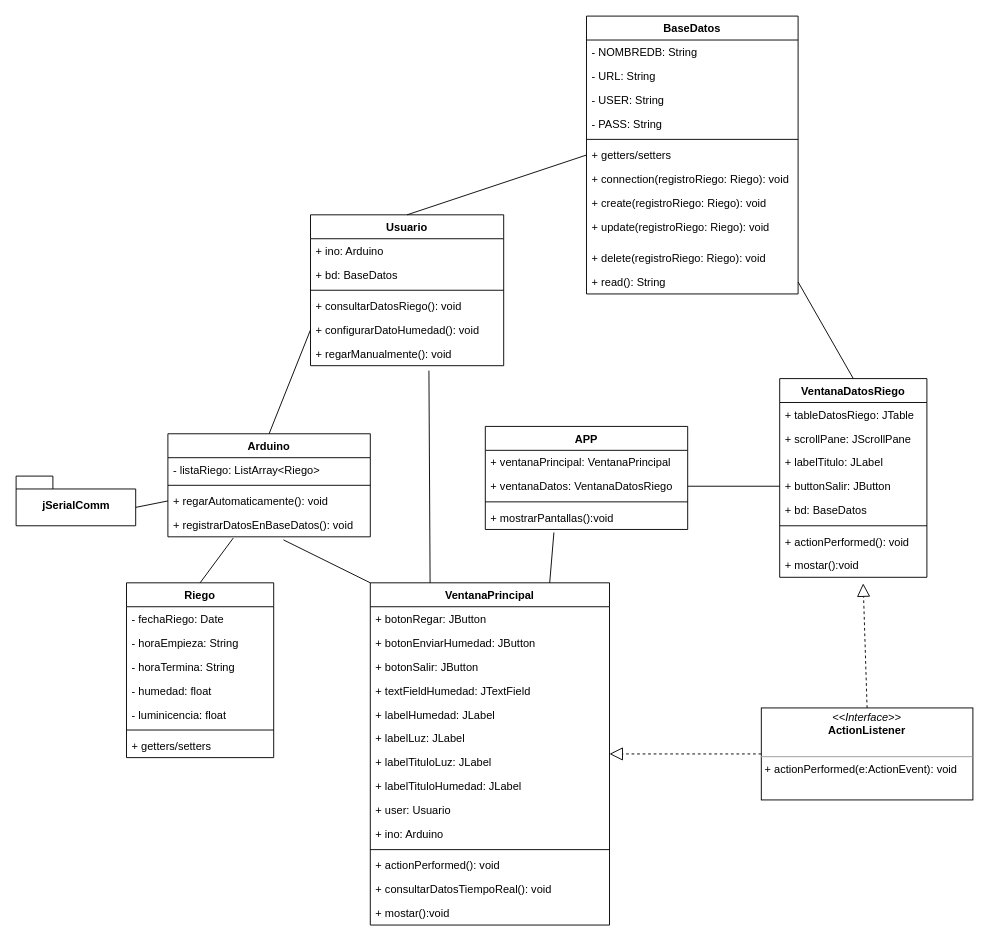
Before: Utilities/DiagramaClasesSIA.drawio in Vladimirjon/SIA, a draw.io diagram. Source tidied: cells renumbered, new cells numbered last; positions are measured from the earlier drawing's top-left corner, leaving out a move shared by most shapes. Both pictures are drawn from the tidied source at 92%, with x=0, y=0 at pixel (16, 16).
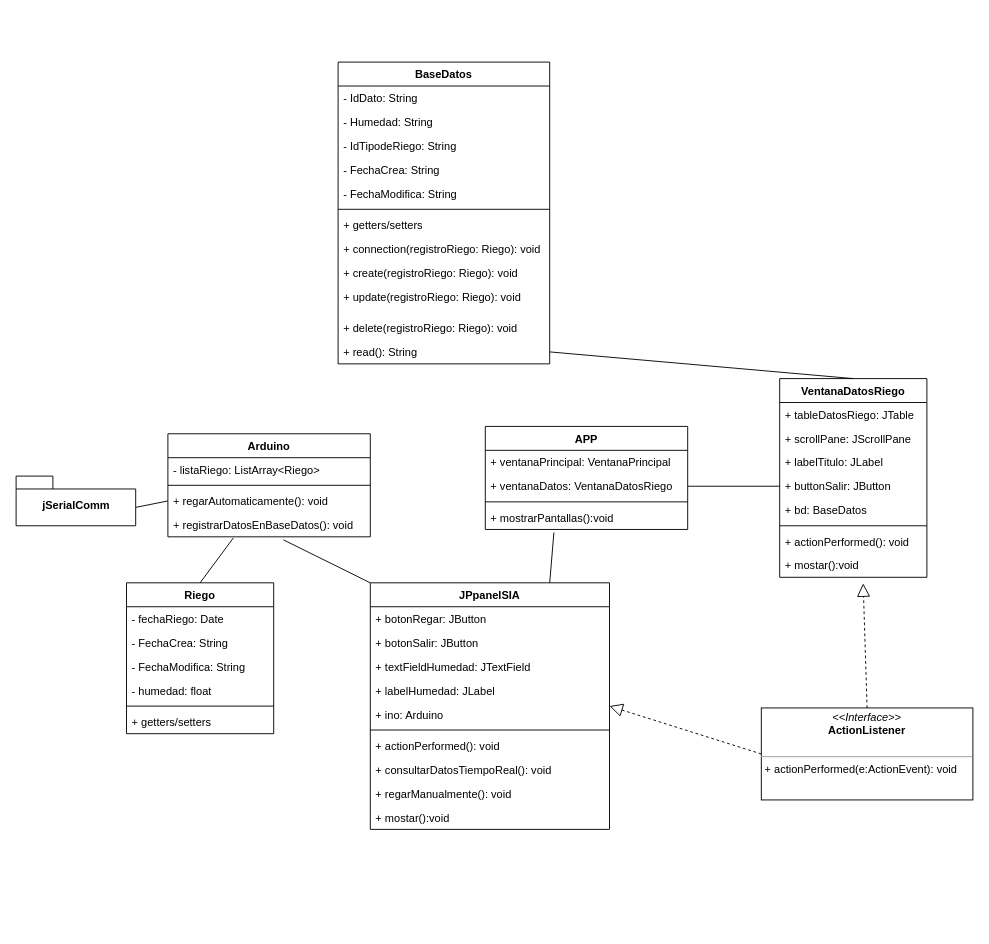
After the change.

Unchanged cells that the change refers to:
```xml
<mxCell id="61" value="Arduino" style="swimlane;fontStyle=1;align=center;verticalAlign=top;horizontal=1;startSize=26;" parent="1" vertex="1">
  <mxGeometry x="165" y="454" width="220" height="112" as="geometry" />
</mxCell>
```

Change to the diagram source:
```diff
@@
-    <mxCell id="2" value="Usuario" style="swimlane;fontStyle=1;align=center;verticalAlign=top;horizontal=1;startSize=26;" parent="1" vertex="1">
-      <mxGeometry x="320" y="216" width="210" height="164" as="geometry" />
-    </mxCell>
-    <mxCell id="3" value="+ ino: Arduino" style="text;strokeColor=none;fillColor=none;align=left;verticalAlign=top;spacingLeft=4;spacingRight=4;overflow=hidden;" parent="2" vertex="1">
-      <mxGeometry y="26" width="210" height="26" as="geometry" />
-    </mxCell>
-    <mxCell id="4" value="+ bd: BaseDatos" style="text;strokeColor=none;fillColor=none;align=left;verticalAlign=top;spacingLeft=4;spacingRight=4;overflow=hidden;" parent="2" vertex="1">
-      <mxGeometry y="52" width="210" height="26" as="geometry" />
-    </mxCell>
-    <mxCell id="5" style="line;strokeWidth=1;fillColor=none;align=left;verticalAlign=middle;spacingTop=-1;spacingLeft=3;spacingRight=3;labelPosition=right;strokeColor=inherit;" parent="2" vertex="1">
-      <mxGeometry y="78" width="210" height="8" as="geometry" />
-    </mxCell>
-    <mxCell id="6" value="+ consultarDatosRiego(): void" style="text;strokeColor=none;fillColor=none;align=left;verticalAlign=top;spacingLeft=4;spacingRight=4;overflow=hidden;" parent="2" vertex="1">
-      <mxGeometry y="86" width="210" height="26" as="geometry" />
-    </mxCell>
-    <mxCell id="7" value="+ configurarDatoHumedad(): void" style="text;strokeColor=none;fillColor=none;align=left;verticalAlign=top;spacingLeft=4;spacingRight=4;overflow=hidden;points=[[0,0.5],[1,0.5]];portConstraint=eastwest;" parent="2" vertex="1">
-      <mxGeometry y="112" width="210" height="26" as="geometry" />
-    </mxCell>
-    <mxCell id="8" value="+ regarManualmente(): void" style="text;strokeColor=none;fillColor=none;align=left;verticalAlign=top;spacingLeft=4;spacingRight=4;overflow=hidden;points=[[0,0.5],[1,0.5]];portConstraint=eastwest;" parent="2" vertex="1">
-      <mxGeometry y="138" width="210" height="26" as="geometry" />
-    </mxCell>
     <mxCell id="9" value="BaseDatos" style="swimlane;fontStyle=1;align=center;verticalAlign=top;horizontal=1;startSize=26;" parent="1" vertex="1">
-      <mxGeometry x="620" width="230" height="302" as="geometry" />
+      <mxGeometry x="350" y="50" width="230" height="328" as="geometry" />
     </mxCell>
-    <mxCell id="10" value="- NOMBREDB: String" style="text;strokeColor=none;fillColor=none;align=left;verticalAlign=top;spacingLeft=4;spacingRight=4;overflow=hidden;" parent="9" vertex="1">
+    <mxCell id="10" value="- IdDato: String" style="text;strokeColor=none;fillColor=none;align=left;verticalAlign=top;spacingLeft=4;spacingRight=4;overflow=hidden;" parent="9" vertex="1">
       <mxGeometry y="26" width="230" height="26" as="geometry" />
     </mxCell>
-    <mxCell id="11" value="- URL: String" style="text;strokeColor=none;fillColor=none;align=left;verticalAlign=top;spacingLeft=4;spacingRight=4;overflow=hidden;" parent="9" vertex="1">
+    <mxCell id="11" value="- Humedad: String" style="text;strokeColor=none;fillColor=none;align=left;verticalAlign=top;spacingLeft=4;spacingRight=4;overflow=hidden;" parent="9" vertex="1">
       <mxGeometry y="52" width="230" height="26" as="geometry" />
     </mxCell>
-    <mxCell id="12" value="- USER: String" style="text;strokeColor=none;fillColor=none;align=left;verticalAlign=top;spacingLeft=4;spacingRight=4;overflow=hidden;" parent="9" vertex="1">
+    <mxCell id="12" value="- IdTipodeRiego: String" style="text;strokeColor=none;fillColor=none;align=left;verticalAlign=top;spacingLeft=4;spacingRight=4;overflow=hidden;" parent="9" vertex="1">
       <mxGeometry y="78" width="230" height="26" as="geometry" />
     </mxCell>
-    <mxCell id="13" value="- PASS: String" style="text;strokeColor=none;fillColor=none;align=left;verticalAlign=top;spacingLeft=4;spacingRight=4;overflow=hidden;" parent="9" vertex="1">
+    <mxCell id="13" value="- FechaCrea: String" style="text;strokeColor=none;fillColor=none;align=left;verticalAlign=top;spacingLeft=4;spacingRight=4;overflow=hidden;" parent="9" vertex="1">
       <mxGeometry y="104" width="230" height="26" as="geometry" />
     </mxCell>
+    <mxCell id="76" value="- FechaModifica: String" style="text;strokeColor=none;fillColor=none;align=left;verticalAlign=top;spacingLeft=4;spacingRight=4;overflow=hidden;" parent="9" vertex="1">
+      <mxGeometry y="130" width="230" height="26" as="geometry" />
+    </mxCell>
     <mxCell id="14" style="line;strokeWidth=1;fillColor=none;align=left;verticalAlign=middle;spacingTop=-1;spacingLeft=3;spacingRight=3;labelPosition=right;strokeColor=inherit;" parent="9" vertex="1">
-      <mxGeometry y="130" width="230" height="8" as="geometry" />
+      <mxGeometry y="156" width="230" height="8" as="geometry" />
     </mxCell>
     <mxCell id="15" value="+ getters/setters" style="text;strokeColor=none;fillColor=none;align=left;verticalAlign=top;spacingLeft=4;spacingRight=4;overflow=hidden;points=[[0,0.5],[1,0.5]];portConstraint=eastwest;" parent="9" vertex="1">
-      <mxGeometry y="138" width="230" height="26" as="geometry" />
+      <mxGeometry y="164" width="230" height="26" as="geometry" />
     </mxCell>
     <mxCell id="16" value="+ connection(registroRiego: Riego): void" style="text;strokeColor=none;fillColor=none;align=left;verticalAlign=top;spacingLeft=4;spacingRight=4;overflow=hidden;" parent="9" vertex="1">
-      <mxGeometry y="164" width="230" height="26" as="geometry" />
+      <mxGeometry y="190" width="230" height="26" as="geometry" />
     </mxCell>
     <mxCell id="17" value="+ create(registroRiego: Riego): void" style="text;strokeColor=none;fillColor=none;align=left;verticalAlign=top;spacingLeft=4;spacingRight=4;overflow=hidden;" parent="9" vertex="1">
-      <mxGeometry y="190" width="230" height="26" as="geometry" />
+      <mxGeometry y="216" width="230" height="26" as="geometry" />
     </mxCell>
     <mxCell id="18" value="+ update(registroRiego: Riego): void" style="text;strokeColor=none;fillColor=none;align=left;verticalAlign=top;spacingLeft=4;spacingRight=4;overflow=hidden;" parent="9" vertex="1">
-      <mxGeometry y="216" width="230" height="34" as="geometry" />
+      <mxGeometry y="242" width="230" height="34" as="geometry" />
     </mxCell>
     <mxCell id="19" value="+ delete(registroRiego: Riego): void" style="text;strokeColor=none;fillColor=none;align=left;verticalAlign=top;spacingLeft=4;spacingRight=4;overflow=hidden;" parent="9" vertex="1">
-      <mxGeometry y="250" width="230" height="26" as="geometry" />
+      <mxGeometry y="276" width="230" height="26" as="geometry" />
     </mxCell>
     <mxCell id="20" value="+ read(): String" style="text;strokeColor=none;fillColor=none;align=left;verticalAlign=top;spacingLeft=4;spacingRight=4;overflow=hidden;points=[[0,0.5],[1,0.5]];portConstraint=eastwest;" parent="9" vertex="1">
-      <mxGeometry y="276" width="230" height="26" as="geometry" />
+      <mxGeometry y="302" width="230" height="26" as="geometry" />
     </mxCell>
     <mxCell id="21" value="Riego" style="swimlane;fontStyle=1;align=center;verticalAlign=top;horizontal=1;startSize=26;" parent="1" vertex="1">
-      <mxGeometry x="120" y="616" width="160" height="190" as="geometry" />
+      <mxGeometry x="120" y="616" width="160" height="164" as="geometry" />
     </mxCell>
@@
-    <mxCell id="23" value="- horaEmpieza: String" style="text;strokeColor=none;fillColor=none;align=left;verticalAlign=top;spacingLeft=4;spacingRight=4;overflow=hidden;" parent="21" vertex="1">
+    <mxCell id="23" value="- FechaCrea: String" style="text;strokeColor=none;fillColor=none;align=left;verticalAlign=top;spacingLeft=4;spacingRight=4;overflow=hidden;" parent="21" vertex="1">
       <mxGeometry y="52" width="160" height="26" as="geometry" />
     </mxCell>
-    <mxCell id="24" value="- horaTermina: String" style="text;strokeColor=none;fillColor=none;align=left;verticalAlign=top;spacingLeft=4;spacingRight=4;overflow=hidden;" parent="21" vertex="1">
+    <mxCell id="24" value="- FechaModifica: String" style="text;strokeColor=none;fillColor=none;align=left;verticalAlign=top;spacingLeft=4;spacingRight=4;overflow=hidden;" parent="21" vertex="1">
       <mxGeometry y="78" width="160" height="26" as="geometry" />
     </mxCell>
@@
-    <mxCell id="26" value="- luminicencia: float" style="text;strokeColor=none;fillColor=none;align=left;verticalAlign=top;spacingLeft=4;spacingRight=4;overflow=hidden;" parent="21" vertex="1">
-      <mxGeometry y="130" width="160" height="26" as="geometry" />
-    </mxCell>
     <mxCell id="27" style="line;strokeWidth=1;fillColor=none;align=left;verticalAlign=middle;spacingTop=-1;spacingLeft=3;spacingRight=3;labelPosition=right;strokeColor=inherit;" parent="21" vertex="1">
-      <mxGeometry y="156" width="160" height="8" as="geometry" />
+      <mxGeometry y="130" width="160" height="8" as="geometry" />
     </mxCell>
     <mxCell id="28" value="+ getters/setters" style="text;strokeColor=none;fillColor=none;align=left;verticalAlign=top;spacingLeft=4;spacingRight=4;overflow=hidden;" parent="21" vertex="1">
-      <mxGeometry y="164" width="160" height="26" as="geometry" />
+      <mxGeometry y="138" width="160" height="26" as="geometry" />
     </mxCell>
-    <mxCell id="29" value="VentanaPrincipal" style="swimlane;fontStyle=1;align=center;verticalAlign=top;horizontal=1;startSize=26;" parent="1" vertex="1">
-      <mxGeometry x="385" y="616" width="260" height="372" as="geometry" />
+    <mxCell id="29" value="JPpanelSIA" style="swimlane;fontStyle=1;align=center;verticalAlign=top;horizontal=1;startSize=26;" parent="1" vertex="1">
+      <mxGeometry x="385" y="616" width="260" height="268" as="geometry" />
     </mxCell>
@@
-    <mxCell id="31" value="+ botonEnviarHumedad: JButton" style="text;strokeColor=none;fillColor=none;align=left;verticalAlign=top;spacingLeft=4;spacingRight=4;overflow=hidden;" parent="29" vertex="1">
-      <mxGeometry y="52" width="260" height="26" as="geometry" />
-    </mxCell>
     <mxCell id="32" value="+ botonSalir: JButton" style="text;strokeColor=none;fillColor=none;align=left;verticalAlign=top;spacingLeft=4;spacingRight=4;overflow=hidden;" parent="29" vertex="1">
-      <mxGeometry y="78" width="260" height="26" as="geometry" />
+      <mxGeometry y="52" width="260" height="26" as="geometry" />
     </mxCell>
     <mxCell id="33" value="+ textFieldHumedad: JTextField" style="text;strokeColor=none;fillColor=none;align=left;verticalAlign=top;spacingLeft=4;spacingRight=4;overflow=hidden;" parent="29" vertex="1">
-      <mxGeometry y="104" width="260" height="26" as="geometry" />
+      <mxGeometry y="78" width="260" height="26" as="geometry" />
     </mxCell>
     <mxCell id="34" value="+ labelHumedad: JLabel" style="text;strokeColor=none;fillColor=none;align=left;verticalAlign=top;spacingLeft=4;spacingRight=4;overflow=hidden;" parent="29" vertex="1">
-      <mxGeometry y="130" width="260" height="26" as="geometry" />
+      <mxGeometry y="104" width="260" height="26" as="geometry" />
     </mxCell>
-    <mxCell id="35" value="+ labelLuz: JLabel" style="text;strokeColor=none;fillColor=none;align=left;verticalAlign=top;spacingLeft=4;spacingRight=4;overflow=hidden;" parent="29" vertex="1">
-      <mxGeometry y="156" width="260" height="26" as="geometry" />
-    </mxCell>
-    <mxCell id="36" value="+ labelTituloLuz: JLabel" style="text;strokeColor=none;fillColor=none;align=left;verticalAlign=top;spacingLeft=4;spacingRight=4;overflow=hidden;" parent="29" vertex="1">
-      <mxGeometry y="182" width="260" height="26" as="geometry" />
-    </mxCell>
-    <mxCell id="37" value="+ labelTituloHumedad: JLabel" style="text;strokeColor=none;fillColor=none;align=left;verticalAlign=top;spacingLeft=4;spacingRight=4;overflow=hidden;" parent="29" vertex="1">
-      <mxGeometry y="208" width="260" height="26" as="geometry" />
-    </mxCell>
-    <mxCell id="38" value="+ user: Usuario" style="text;strokeColor=none;fillColor=none;align=left;verticalAlign=top;spacingLeft=4;spacingRight=4;overflow=hidden;" parent="29" vertex="1">
-      <mxGeometry y="234" width="260" height="26" as="geometry" />
-    </mxCell>
     <mxCell id="39" value="+ ino: Arduino" style="text;strokeColor=none;fillColor=none;align=left;verticalAlign=top;spacingLeft=4;spacingRight=4;overflow=hidden;" parent="29" vertex="1">
-      <mxGeometry y="260" width="260" height="26" as="geometry" />
+      <mxGeometry y="130" width="260" height="26" as="geometry" />
     </mxCell>
     <mxCell id="40" style="line;strokeWidth=1;fillColor=none;align=left;verticalAlign=middle;spacingTop=-1;spacingLeft=3;spacingRight=3;labelPosition=right;strokeColor=inherit;" parent="29" vertex="1">
-      <mxGeometry y="286" width="260" height="8" as="geometry" />
+      <mxGeometry y="156" width="260" height="8" as="geometry" />
     </mxCell>
     <mxCell id="41" value="+ actionPerformed(): void" style="text;strokeColor=none;fillColor=none;align=left;verticalAlign=top;spacingLeft=4;spacingRight=4;overflow=hidden;" parent="29" vertex="1">
-      <mxGeometry y="294" width="260" height="26" as="geometry" />
+      <mxGeometry y="164" width="260" height="26" as="geometry" />
     </mxCell>
     <mxCell id="42" value="+ consultarDatosTiempoReal(): void" style="text;strokeColor=none;fillColor=none;align=left;verticalAlign=top;spacingLeft=4;spacingRight=4;overflow=hidden;" parent="29" vertex="1">
-      <mxGeometry y="320" width="260" height="26" as="geometry" />
+      <mxGeometry y="190" width="260" height="26" as="geometry" />
     </mxCell>
+    <mxCell id="8" value="+ regarManualmente(): void" style="text;strokeColor=none;fillColor=none;align=left;verticalAlign=top;spacingLeft=4;spacingRight=4;overflow=hidden;points=[[0,0.5],[1,0.5]];portConstraint=eastwest;" parent="29" vertex="1">
+      <mxGeometry y="216" width="260" height="26" as="geometry" />
+    </mxCell>
     <mxCell id="43" value="+ mostar():void" style="text;strokeColor=none;fillColor=none;align=left;verticalAlign=top;spacingLeft=4;spacingRight=4;overflow=hidden;" parent="29" vertex="1">
-      <mxGeometry y="346" width="260" height="26" as="geometry" />
+      <mxGeometry y="242" width="260" height="26" as="geometry" />
     </mxCell>
@@
-    <mxCell id="68" style="endArrow=none;html=1;entryX=0;entryY=0.5;entryDx=0;entryDy=0;exitX=0.5;exitY=0;exitDx=0;exitDy=0;" parent="1" edge="1" source="61" target="7">
-      <mxGeometry relative="1" as="geometry" />
-    </mxCell>
-    <mxCell id="69" style="endArrow=none;html=1;entryX=0;entryY=0.5;entryDx=0;entryDy=0;exitX=0.5;exitY=0;exitDx=0;exitDy=0;" parent="1" edge="1" source="2" target="15">
-      <mxGeometry relative="1" as="geometry" />
-    </mxCell>
-    <mxCell id="70" style="endArrow=none;html=1;entryX=0.613;entryY=1.205;entryDx=0;entryDy=0;entryPerimeter=0;exitX=0.25;exitY=0;exitDx=0;exitDy=0;" parent="1" edge="1" source="29" target="8">
-      <mxGeometry relative="1" as="geometry" />
-    </mxCell>
```
